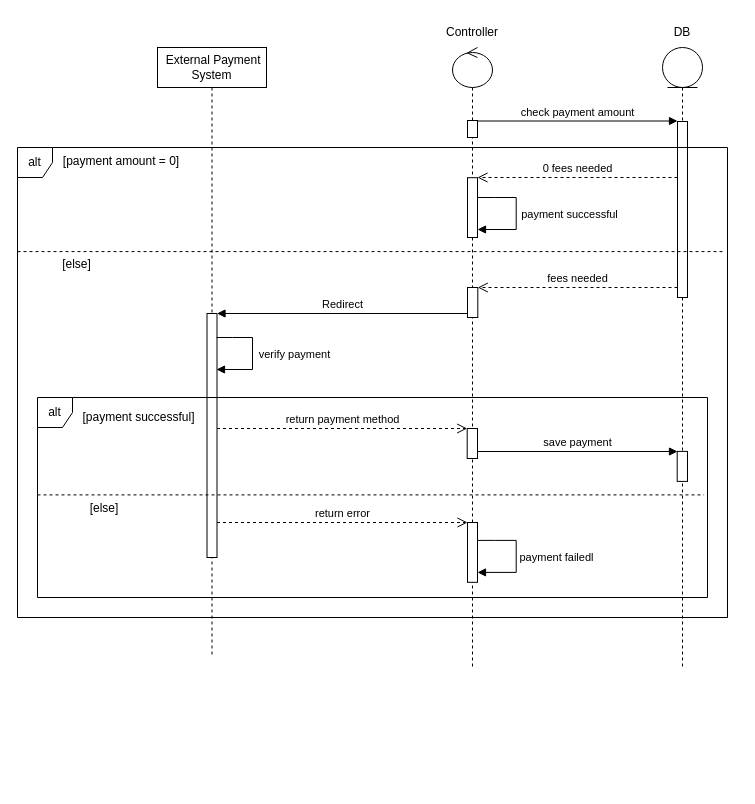
rayenbenyoussef/Jci_Manager keeps this draw.io diagram as uml diagram/paymentSystem.drawio. Above is the earlier version. Source tidied: cells renumbered, new cells numbered last; positions are measured from the earlier drawing's top-left corner, leaving out a move shared by most shapes. Both pictures are drawn from the tidied source at 100%, with x=0, y=0 at pixel (17, 17).
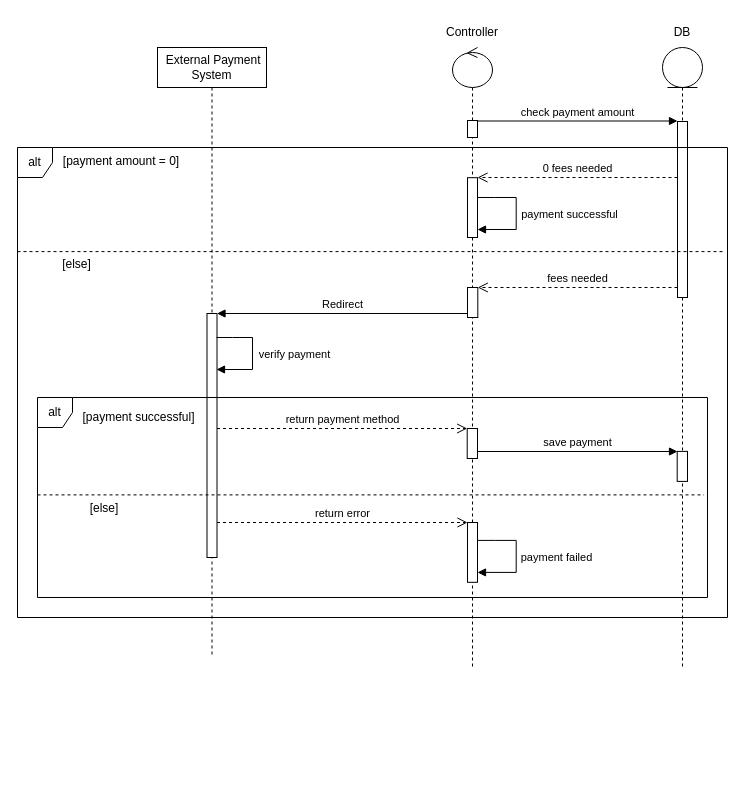
Above is the later version.

The change refers to these unchanged cells:
```xml
<mxCell id="38" style="html=1;verticalAlign=bottom;endArrow=block;curved=0;rounded=0;" parent="30" edge="1">
  <mxGeometry relative="1" as="geometry">
    <mxPoint x="440" y="142.9" as="sourcePoint" />
    <mxPoint x="440" y="174.9" as="targetPoint" />
    <Array as="points">
      <mxPoint x="457.2" y="142.9" />
      <mxPoint x="478.7" y="142.9" />
      <mxPoint x="478.7" y="174.9" />
    </Array>
  </mxGeometry>
</mxCell>
```

The edit, as a diff of the source:
```diff
@@
-    <mxCell id="39" value="payment failedl" style="edgeLabel;html=1;align=center;verticalAlign=middle;" parent="38" vertex="1">
+    <mxCell id="39" value="payment failed" style="edgeLabel;html=1;align=center;verticalAlign=middle;" parent="38" vertex="1">
       <mxGeometry y="1" relative="1" as="geometry">
         <mxPoint x="39" as="offset" />
       </mxGeometry>
     </mxCell>
```
